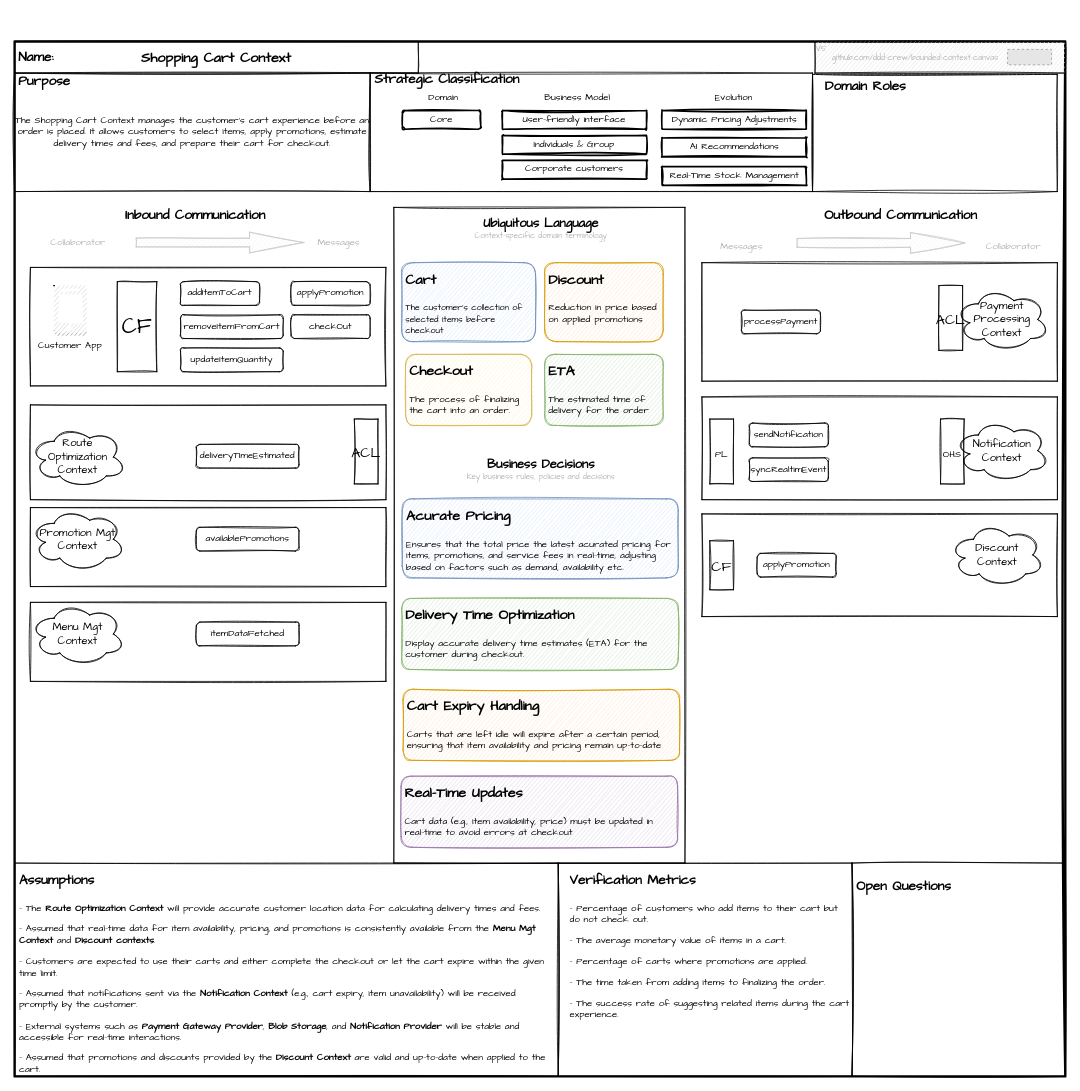
Above: page "shopping_cart_context_canvas" (6 of 11) of food_delivery_design.drawio in darkclouds2357/food_order_delivery (draw.io), before the change. Source tidied: cells renumbered, new cells numbered last; positions are measured from the earlier drawing's top-left corner, leaving out a move shared by most shapes. Both pictures are drawn from the tidied source at 79%, with x=0, y=0 at pixel (14, 41). Pictures stored in the file or linked from it are replaced by grey dashed boxes.
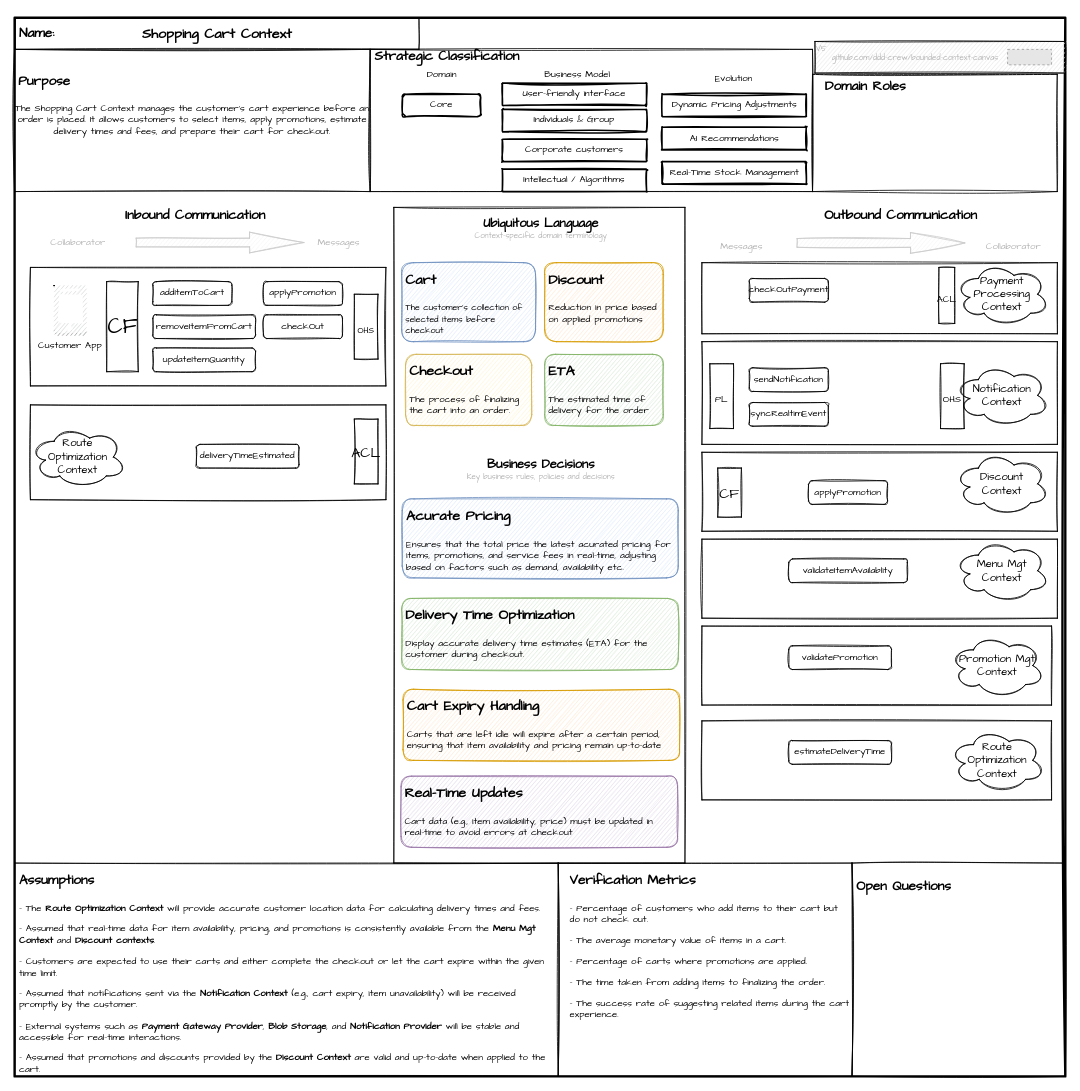
After the change.

Commit message (it also covers changes not shown here):
update for order matching context

The edit, as a diff of the source:
```diff
@@
+    <mxCell id="91" style="rounded=0;whiteSpace=wrap;html=1;sketch=1;strokeColor=default;fillColor=none;fontFamily=Comic Sans MS;" parent="1" vertex="1">
+      <mxGeometry x="870" y="860" width="442.6" height="100" as="geometry" />
+    </mxCell>
     <mxCell id="2" style="rounded=0;whiteSpace=wrap;html=1;strokeWidth=3;fillColor=none;sketch=1;fontFamily=Comic Sans MS;" parent="1" vertex="1">
-      <mxGeometry width="1330" height="1310" as="geometry" />
+      <mxGeometry y="-30" width="1330" height="1340" as="geometry" />
     </mxCell>
     <mxCell id="3" style="rounded=0;whiteSpace=wrap;html=1;sketch=1;strokeColor=default;fillColor=none;fontFamily=Comic Sans MS;" parent="1" vertex="1">
-      <mxGeometry x="870" y="598" width="450" height="130" as="geometry" />
+      <mxGeometry x="870" y="520" width="450" height="100" as="geometry" />
     </mxCell>
     <mxCell id="4" style="rounded=0;whiteSpace=wrap;html=1;sketch=1;strokeColor=default;fillColor=none;fontFamily=Comic Sans MS;" parent="1" vertex="1">
-      <mxGeometry x="870" y="280" width="450" height="150" as="geometry" />
+      <mxGeometry x="870" y="280" width="450" height="90" as="geometry" />
     </mxCell>
@@
     <mxCell id="13" style="group;sketch=1;fontFamily=Comic Sans MS;" parent="1" vertex="1">
-      <mxGeometry width="510.9" height="40" as="geometry" />
+      <mxGeometry x="0.9" y="-30" width="510.9" height="40" as="geometry" />
     </mxCell>
@@
     <mxCell id="24" value="&lt;div&gt;&lt;span&gt;The Shopping Cart Context manages the customer's cart experience before an order is placed. It allows customers to select items, apply promotions, estimate delivery times and fees, and prepare their cart for checkout.&lt;/span&gt;&lt;br&gt;&lt;/div&gt;" style="rounded=0;whiteSpace=wrap;html=1;strokeWidth=1;align=center;fillColor=none;sketch=1;fontFamily=Comic Sans MS;" parent="1" vertex="1">
-      <mxGeometry y="40" width="450.1" height="150" as="geometry" />
+      <mxGeometry y="10" width="450.1" height="180" as="geometry" />
     </mxCell>
@@
     <mxCell id="26" style="group;fontFamily=Comic Sans MS;" parent="1" vertex="1">
-      <mxGeometry x="450.1" y="40" width="559.9" height="150" as="geometry" />
+      <mxGeometry x="450.1" y="10" width="559.9" height="190" as="geometry" />
     </mxCell>
     <mxCell id="27" style="rounded=0;whiteSpace=wrap;html=1;strokeWidth=1;fillColor=none;sketch=1;fontFamily=Comic Sans MS;" parent="26" vertex="1">
-      <mxGeometry width="559.9" height="150" as="geometry" />
+      <mxGeometry width="559.9" height="180" as="geometry" />
     </mxCell>
     <mxCell id="28" value="Strategic Classification" style="text;html=1;strokeColor=none;fillColor=none;align=left;verticalAlign=middle;whiteSpace=wrap;rounded=0;fontSize=17;fontStyle=1;sketch=1;fontFamily=Comic Sans MS;" parent="26" vertex="1">
-      <mxGeometry x="3.5" width="241.7" height="15.8" as="geometry" />
+      <mxGeometry x="3.5" width="241.7" height="18.9" as="geometry" />
     </mxCell>
     <mxCell id="29" value="Domain" style="text;html=1;strokeColor=none;fillColor=none;align=center;verticalAlign=middle;whiteSpace=wrap;rounded=0;sketch=1;fontFamily=Comic Sans MS;" parent="26" vertex="1">
-      <mxGeometry x="58.3" y="23.7" width="70" height="15.8" as="geometry" />
+      <mxGeometry x="55.4" y="23.7" width="70" height="18.9" as="geometry" />
     </mxCell>
     <mxCell id="30" value="Core" style="rounded=1;whiteSpace=wrap;html=1;strokeWidth=2;fillWeight=4;hachureGap=8;hachureAngle=45;fillColor=none;sketch=1;fontSize=12;fontFamily=Comic Sans MS;strokeColor=default;" parent="26" vertex="1">
-      <mxGeometry x="40.8" y="47.4" width="99.1" height="23.7" as="geometry" />
+      <mxGeometry x="40.8" y="56.8" width="99.1" height="28.4" as="geometry" />
     </mxCell>
     <mxCell id="31" value="User-friendly interface" style="rounded=1;whiteSpace=wrap;html=1;strokeWidth=2;fillWeight=4;hachureGap=8;hachureAngle=45;fillColor=none;sketch=1;fontSize=12;arcSize=2;fontFamily=Comic Sans MS;" parent="26" vertex="1">
-      <mxGeometry x="167.3" y="47.4" width="182.6" height="23.7" as="geometry" />
+      <mxGeometry x="167.3" y="42.6" width="182.6" height="28.4" as="geometry" />
     </mxCell>
     <mxCell id="32" value="Corporate customers" style="rounded=1;whiteSpace=wrap;html=1;strokeWidth=2;fillWeight=4;hachureGap=8;hachureAngle=45;fillColor=none;sketch=1;fontSize=12;arcSize=2;fontFamily=Comic Sans MS;" parent="26" vertex="1">
-      <mxGeometry x="167.3" y="110.5" width="182.6" height="23.7" as="geometry" />
+      <mxGeometry x="167.3" y="113.7" width="182.6" height="28.4" as="geometry" />
     </mxCell>
     <mxCell id="33" value="Individuals &amp;amp; Group" style="rounded=1;whiteSpace=wrap;html=1;strokeWidth=2;fillWeight=4;hachureGap=8;hachureAngle=45;fillColor=none;sketch=1;fontSize=12;arcSize=2;fontFamily=Comic Sans MS;" parent="26" vertex="1">
-      <mxGeometry x="167.3" y="78.9" width="182.6" height="23.7" as="geometry" />
+      <mxGeometry x="167.3" y="75.8" width="182.6" height="28.4" as="geometry" />
     </mxCell>
     <mxCell id="34" value="Business Model" style="text;html=1;strokeColor=none;fillColor=none;align=center;verticalAlign=middle;whiteSpace=wrap;rounded=0;sketch=1;fontFamily=Comic Sans MS;fontSize=12;" parent="26" vertex="1">
-      <mxGeometry x="210" y="19.7" width="105" height="23.7" as="geometry" />
+      <mxGeometry x="210" y="18.9" width="105" height="28.4" as="geometry" />
     </mxCell>
     <mxCell id="35" value="Evolution" style="text;html=1;strokeColor=none;fillColor=none;align=center;verticalAlign=middle;whiteSpace=wrap;rounded=0;sketch=1;fontFamily=Comic Sans MS;fontSize=12;" parent="26" vertex="1">
-      <mxGeometry x="408.2" y="19.7" width="105" height="23.7" as="geometry" />
+      <mxGeometry x="408.2" y="23.7" width="105" height="28.4" as="geometry" />
     </mxCell>
     <mxCell id="36" value="Dynamic Pricing Adjustments" style="rounded=1;whiteSpace=wrap;html=1;strokeWidth=2;fillWeight=4;hachureGap=8;hachureAngle=45;fillColor=none;sketch=1;fontSize=12;arcSize=2;fontFamily=Comic Sans MS;" parent="26" vertex="1">
-      <mxGeometry x="369.4" y="47.4" width="182.6" height="23.7" as="geometry" />
+      <mxGeometry x="369.4" y="56.8" width="182.6" height="28.4" as="geometry" />
     </mxCell>
     <mxCell id="37" value="AI Recommendations" style="rounded=1;whiteSpace=wrap;html=1;strokeWidth=2;fillWeight=4;hachureGap=8;hachureAngle=45;fillColor=none;sketch=1;fontSize=12;arcSize=2;fontFamily=Comic Sans MS;" parent="26" vertex="1">
-      <mxGeometry x="369.4" y="82.1" width="182.6" height="23.7" as="geometry" />
+      <mxGeometry x="369.4" y="98.5" width="182.6" height="28.4" as="geometry" />
     </mxCell>
     <mxCell id="38" value="Real-Time Stock Management" style="rounded=1;whiteSpace=wrap;html=1;strokeWidth=2;fillWeight=4;hachureGap=8;hachureAngle=45;fillColor=none;sketch=1;fontSize=12;arcSize=2;fontFamily=Comic Sans MS;" parent="26" vertex="1">
-      <mxGeometry x="369.4" y="118.4" width="182.6" height="23.7" as="geometry" />
+      <mxGeometry x="369.4" y="142.1" width="182.6" height="28.4" as="geometry" />
     </mxCell>
+    <mxCell id="92" value="Intellectual / Algorithms" style="rounded=1;whiteSpace=wrap;html=1;strokeWidth=2;fillWeight=4;hachureGap=8;hachureAngle=45;fillColor=none;sketch=1;fontSize=12;arcSize=2;fontFamily=Comic Sans MS;" parent="26" vertex="1">
+      <mxGeometry x="167.3" y="151.6" width="182.6" height="28.4" as="geometry" />
+    </mxCell>
@@
     <mxCell id="48" value="CF" style="rounded=0;whiteSpace=wrap;html=1;sketch=1;strokeColor=default;fillColor=none;fontSize=27;fontFamily=Comic Sans MS;" parent="1" vertex="1">
-      <mxGeometry x="130" y="304" width="50" height="114" as="geometry" />
+      <mxGeometry x="116.5" y="304" width="40" height="114" as="geometry" />
     </mxCell>
@@
     <mxCell id="50" value="addItemToCart" style="rounded=1;whiteSpace=wrap;html=1;sketch=1;fontSize=12;strokeColor=default;fillColor=none;fontFamily=Comic Sans MS;" parent="1" vertex="1">
-      <mxGeometry x="210" y="304" width="100" height="30" as="geometry" />
+      <mxGeometry x="175" y="304" width="100" height="30" as="geometry" />
     </mxCell>
     <mxCell id="51" value="removeItemFromCart" style="rounded=1;whiteSpace=wrap;html=1;sketch=1;fontSize=12;strokeColor=default;fillColor=none;fontFamily=Comic Sans MS;" parent="1" vertex="1">
-      <mxGeometry x="210" y="346" width="130" height="30" as="geometry" />
+      <mxGeometry x="175" y="346" width="130" height="30" as="geometry" />
     </mxCell>
     <mxCell id="52" value="updateItemQuantity" style="rounded=1;whiteSpace=wrap;html=1;sketch=1;fontSize=12;strokeColor=default;fillColor=none;fontFamily=Comic Sans MS;" parent="1" vertex="1">
-      <mxGeometry x="210" y="388" width="130" height="30" as="geometry" />
+      <mxGeometry x="175" y="388" width="130" height="30" as="geometry" />
     </mxCell>
     <mxCell id="53" value="applyPromotion" style="rounded=1;whiteSpace=wrap;html=1;sketch=1;fontSize=12;strokeColor=default;fillColor=none;fontFamily=Comic Sans MS;" parent="1" vertex="1">
-      <mxGeometry x="350" y="304" width="100" height="30" as="geometry" />
+      <mxGeometry x="315" y="304" width="100" height="30" as="geometry" />
     </mxCell>
     <mxCell id="54" value="checkOut" style="rounded=1;whiteSpace=wrap;html=1;sketch=1;fontSize=12;strokeColor=default;fillColor=none;fontFamily=Comic Sans MS;" parent="1" vertex="1">
-      <mxGeometry x="350" y="346" width="100" height="30" as="geometry" />
+      <mxGeometry x="315" y="346" width="100" height="30" as="geometry" />
     </mxCell>
@@
-    <mxCell id="61" value="deliveryTImeEstimated" style="rounded=1;whiteSpace=wrap;html=1;sketch=1;fontSize=12;strokeColor=default;fillColor=none;fontFamily=Comic Sans MS;" parent="1" vertex="1">
+    <mxCell id="61" value="deliveryTimeEstimated" style="rounded=1;whiteSpace=wrap;html=1;sketch=1;fontSize=12;strokeColor=default;fillColor=none;fontFamily=Comic Sans MS;" parent="1" vertex="1">
       <mxGeometry x="230" y="510" width="130" height="30" as="geometry" />
     </mxCell>
     <mxCell id="62" value="&lt;span style=&quot;font-size: 14px;&quot;&gt;Discount &lt;br&gt;Context&lt;/span&gt;" style="ellipse;shape=cloud;whiteSpace=wrap;html=1;rounded=1;sketch=1;fontSize=12;strokeColor=default;fillColor=none;fontFamily=Comic Sans MS;" parent="1" vertex="1">
-      <mxGeometry x="1183.8" y="610" width="120" height="80" as="geometry" />
+      <mxGeometry x="1190" y="520" width="120" height="80" as="geometry" />
     </mxCell>
     <mxCell id="63" value="&lt;font style=&quot;font-size: 18px&quot;&gt;CF&lt;/font&gt;" style="rounded=0;whiteSpace=wrap;html=1;sketch=1;strokeColor=default;fillColor=none;fontSize=27;fontFamily=Comic Sans MS;" parent="1" vertex="1">
-      <mxGeometry x="880" y="632" width="30" height="62" as="geometry" />
+      <mxGeometry x="890" y="540" width="30" height="62" as="geometry" />
     </mxCell>
     <mxCell id="64" style="rounded=0;whiteSpace=wrap;html=1;sketch=1;strokeColor=default;fillColor=none;fontFamily=Comic Sans MS;" parent="1" vertex="1">
-      <mxGeometry x="20" y="590" width="450" height="100" as="geometry" />
+      <mxGeometry x="870" y="740" width="442.6" height="100" as="geometry" />
     </mxCell>
     <mxCell id="65" value="&lt;font&gt;&lt;span style=&quot;font-size: 14px&quot;&gt;Promotion Mgt Context&lt;/span&gt;&lt;/font&gt;" style="ellipse;shape=cloud;whiteSpace=wrap;html=1;rounded=1;sketch=1;fontSize=12;strokeColor=default;fillColor=none;fontFamily=Comic Sans MS;" parent="1" vertex="1">
-      <mxGeometry x="20" y="590" width="120" height="80" as="geometry" />
+      <mxGeometry x="1183.8" y="750" width="120" height="80" as="geometry" />
     </mxCell>
-    <mxCell id="66" value="availablePromotions" style="rounded=1;whiteSpace=wrap;html=1;sketch=1;fontSize=12;strokeColor=default;fillColor=none;fontFamily=Comic Sans MS;" parent="1" vertex="1">
-      <mxGeometry x="230" y="615" width="130" height="30" as="geometry" />
+    <mxCell id="66" value="validatePromotion" style="rounded=1;whiteSpace=wrap;html=1;sketch=1;fontSize=12;strokeColor=default;fillColor=none;fontFamily=Comic Sans MS;" parent="1" vertex="1">
+      <mxGeometry x="980" y="765" width="130" height="30" as="geometry" />
     </mxCell>
     <mxCell id="67" style="rounded=0;whiteSpace=wrap;html=1;sketch=1;strokeColor=default;fillColor=none;fontFamily=Comic Sans MS;" parent="1" vertex="1">
-      <mxGeometry x="20" y="710" width="450" height="100" as="geometry" />
+      <mxGeometry x="870" y="630" width="450" height="100" as="geometry" />
     </mxCell>
     <mxCell id="68" value="&lt;font&gt;&lt;span style=&quot;font-size: 14px&quot;&gt;Menu Mgt Context&lt;/span&gt;&lt;/font&gt;" style="ellipse;shape=cloud;whiteSpace=wrap;html=1;rounded=1;sketch=1;fontSize=12;strokeColor=default;fillColor=none;fontFamily=Comic Sans MS;" parent="1" vertex="1">
-      <mxGeometry x="20" y="710" width="120" height="80" as="geometry" />
+      <mxGeometry x="1190" y="630" width="120" height="80" as="geometry" />
     </mxCell>
-    <mxCell id="69" value="itemDataFetched" style="rounded=1;whiteSpace=wrap;html=1;sketch=1;fontSize=12;strokeColor=default;fillColor=none;fontFamily=Comic Sans MS;" parent="1" vertex="1">
-      <mxGeometry x="230" y="735" width="130" height="30" as="geometry" />
+    <mxCell id="69" value="validateItemAvailablity" style="rounded=1;whiteSpace=wrap;html=1;sketch=1;fontSize=12;strokeColor=default;fillColor=none;fontFamily=Comic Sans MS;" parent="1" vertex="1">
+      <mxGeometry x="980" y="655" width="150" height="30" as="geometry" />
     </mxCell>
@@
     <mxCell id="78" value="&lt;span style=&quot;font-size: 14px;&quot;&gt;Payment Processing Context&lt;/span&gt;" style="ellipse;shape=cloud;whiteSpace=wrap;html=1;rounded=1;sketch=1;fontSize=12;strokeColor=default;fillColor=none;fontFamily=Comic Sans MS;" parent="1" vertex="1">
-      <mxGeometry x="1190" y="312" width="120" height="80" as="geometry" />
+      <mxGeometry x="1190" y="280" width="120" height="80" as="geometry" />
     </mxCell>
-    <mxCell id="79" value="processPayment" style="rounded=1;whiteSpace=wrap;html=1;sketch=1;fontSize=12;strokeColor=default;fillColor=none;fontFamily=Comic Sans MS;" parent="1" vertex="1">
-      <mxGeometry x="920" y="340" width="100" height="30" as="geometry" />
+    <mxCell id="79" value="checkOutPayment" style="rounded=1;whiteSpace=wrap;html=1;sketch=1;fontSize=12;strokeColor=default;fillColor=none;fontFamily=Comic Sans MS;" parent="1" vertex="1">
+      <mxGeometry x="930" y="300" width="100" height="30" as="geometry" />
     </mxCell>
     <mxCell id="80" style="rounded=0;whiteSpace=wrap;html=1;sketch=1;strokeColor=default;fillColor=none;fontFamily=Comic Sans MS;" parent="1" vertex="1">
-      <mxGeometry x="870" y="450" width="450" height="130" as="geometry" />
+      <mxGeometry x="870" y="380" width="450" height="130" as="geometry" />
     </mxCell>
     <mxCell id="81" value="&lt;span style=&quot;font-size: 14px;&quot;&gt;Notification Context&lt;/span&gt;" style="ellipse;shape=cloud;whiteSpace=wrap;html=1;rounded=1;sketch=1;fontSize=12;strokeColor=default;fillColor=none;fontFamily=Comic Sans MS;" parent="1" vertex="1">
-      <mxGeometry x="1190" y="478" width="120" height="80" as="geometry" />
+      <mxGeometry x="1190" y="408" width="120" height="80" as="geometry" />
     </mxCell>
-    <mxCell id="82" value="&lt;font style=&quot;font-size: 18px&quot;&gt;ACL&lt;/font&gt;" style="rounded=0;whiteSpace=wrap;html=1;sketch=1;strokeColor=default;fillColor=none;fontSize=27;fontFamily=Comic Sans MS;" parent="1" vertex="1">
-      <mxGeometry x="1170" y="309" width="30" height="82" as="geometry" />
+    <mxCell id="82" value="&lt;font style=&quot;font-size: 12px&quot;&gt;ACL&lt;/font&gt;" style="rounded=0;whiteSpace=wrap;html=1;sketch=1;strokeColor=default;fillColor=none;fontSize=27;fontFamily=Comic Sans MS;" parent="1" vertex="1">
+      <mxGeometry x="1170" y="286" width="20" height="71" as="geometry" />
     </mxCell>
     <mxCell id="83" value="&lt;font style=&quot;font-size: 12px&quot;&gt;OHS&lt;/font&gt;" style="rounded=0;whiteSpace=wrap;html=1;sketch=1;strokeColor=default;fillColor=none;fontSize=27;fontFamily=Comic Sans MS;" parent="1" vertex="1">
-      <mxGeometry x="1172" y="478" width="30" height="82" as="geometry" />
+      <mxGeometry x="1172" y="408" width="30" height="82" as="geometry" />
     </mxCell>
     <mxCell id="84" value="sendNotification" style="rounded=1;whiteSpace=wrap;html=1;sketch=1;fontSize=12;strokeColor=default;fillColor=none;fontFamily=Comic Sans MS;" parent="1" vertex="1">
-      <mxGeometry x="930" y="483" width="100" height="30" as="geometry" />
+      <mxGeometry x="930" y="413" width="100" height="30" as="geometry" />
     </mxCell>
     <mxCell id="85" value="syncRealtimEvent" style="rounded=1;whiteSpace=wrap;html=1;sketch=1;fontSize=12;strokeColor=default;fillColor=none;fontFamily=Comic Sans MS;" parent="1" vertex="1">
-      <mxGeometry x="930" y="527" width="100" height="30" as="geometry" />
+      <mxGeometry x="930" y="457" width="100" height="30" as="geometry" />
     </mxCell>
     <mxCell id="86" value="&lt;font style=&quot;font-size: 12px&quot;&gt;PL&lt;/font&gt;" style="rounded=0;whiteSpace=wrap;html=1;sketch=1;strokeColor=default;fillColor=none;fontSize=27;fontFamily=Comic Sans MS;" parent="1" vertex="1">
-      <mxGeometry x="880" y="478" width="30" height="82" as="geometry" />
+      <mxGeometry x="880" y="408" width="30" height="82" as="geometry" />
     </mxCell>
     <mxCell id="87" value="applyPromotion" style="rounded=1;whiteSpace=wrap;html=1;sketch=1;fontSize=12;strokeColor=default;fillColor=none;fontFamily=Comic Sans MS;" parent="1" vertex="1">
-      <mxGeometry x="940" y="648" width="100" height="30" as="geometry" />
+      <mxGeometry x="1005" y="556" width="100" height="30" as="geometry" />
     </mxCell>
@@
+    <mxCell id="93" value="&lt;font style=&quot;font-size: 11px&quot;&gt;OHS&lt;/font&gt;" style="rounded=0;whiteSpace=wrap;html=1;sketch=1;strokeColor=default;fillColor=none;fontSize=27;fontFamily=Comic Sans MS;" parent="1" vertex="1">
+      <mxGeometry x="430" y="320" width="30" height="82" as="geometry" />
+    </mxCell>
+    <mxCell id="94" value="estimateDeliveryTime" style="rounded=1;whiteSpace=wrap;html=1;sketch=1;fontSize=12;strokeColor=default;fillColor=none;fontFamily=Comic Sans MS;" parent="1" vertex="1">
+      <mxGeometry x="980" y="885" width="130" height="30" as="geometry" />
+    </mxCell>
+    <mxCell id="95" value="&lt;span style=&quot;font-size: 14px&quot;&gt;Route Optimization Context&lt;/span&gt;" style="ellipse;shape=cloud;whiteSpace=wrap;html=1;rounded=1;sketch=1;fontSize=12;strokeColor=default;fillColor=none;fontFamily=Comic Sans MS;" parent="1" vertex="1">
+      <mxGeometry x="1183.8" y="870" width="120" height="80" as="geometry" />
+    </mxCell>
```
